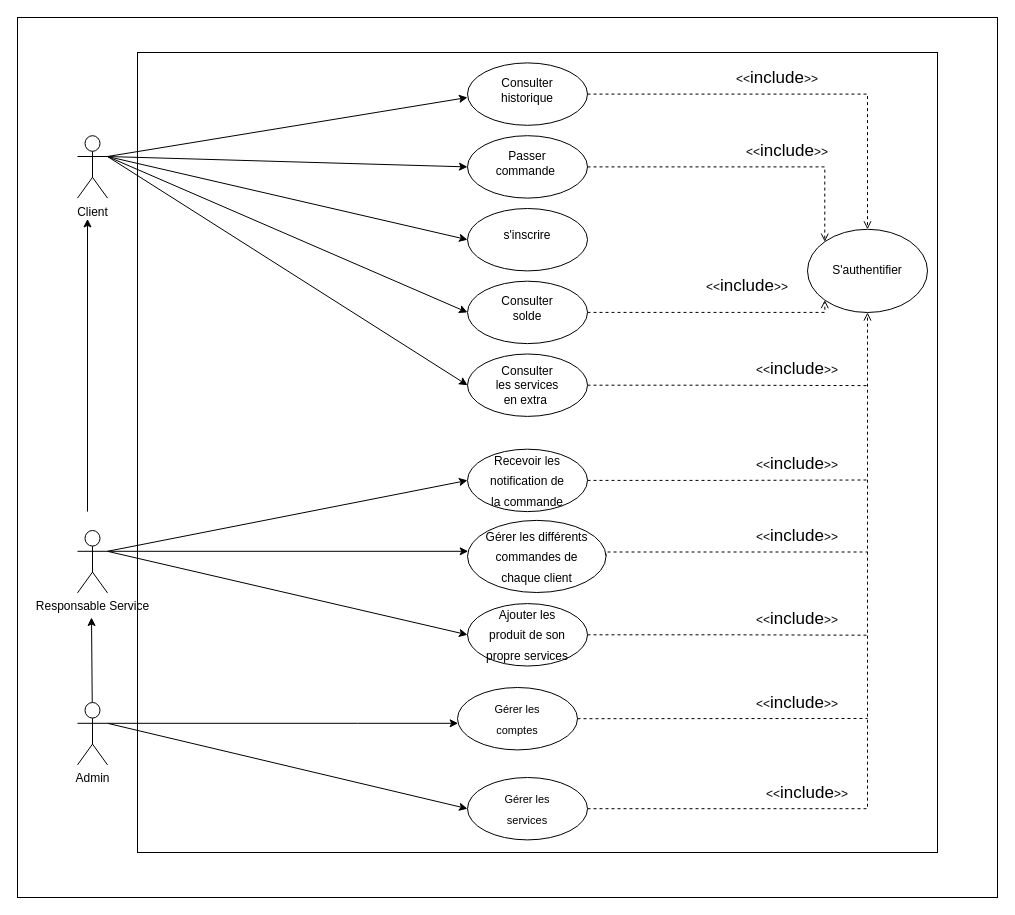
This is Diagramme sans nom.drawio from labidimahdi/diagrams, a draw.io file, before an edit. Source tidied: cells renumbered, new cells numbered last; positions are measured from the earlier drawing's top-left corner, leaving out a move shared by most shapes. Both pictures are drawn from the tidied source at 100%, with x=0, y=0 at pixel (17, 17).
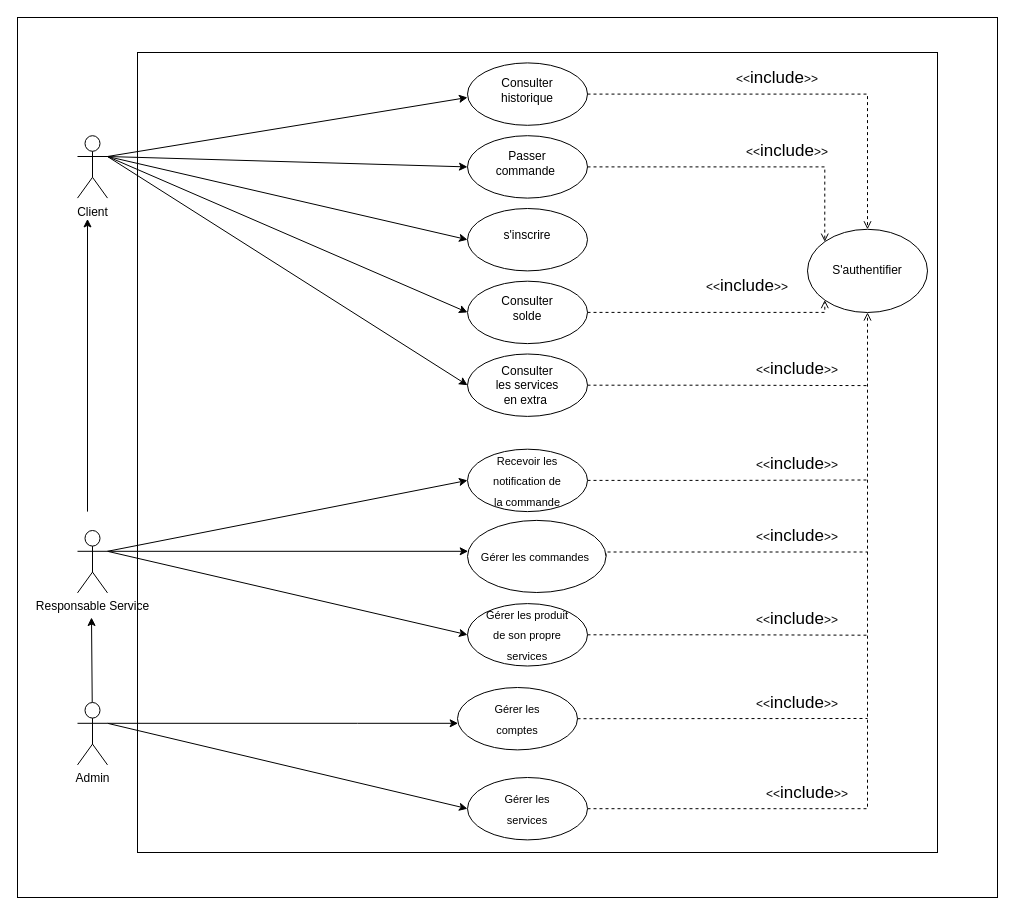
Above is the later version.

Commit message:
Mettre à jour Diagramme sans nom.drawio

The change refers to these unchanged cells:
```xml
<mxCell id="56" style="group;" parent="1" vertex="1">
  <mxGeometry x="450" y="431.7" width="120" height="62.4" as="geometry" />
</mxCell>
<mxCell id="59" style="group;" parent="1" vertex="1">
  <mxGeometry x="450" y="502.9" width="150" height="72.1" as="geometry" />
</mxCell>
<mxCell id="63" style="group;" parent="1" vertex="1">
  <mxGeometry x="450" y="586.1" width="120" height="62.4" as="geometry" />
</mxCell>
```

Diff of the diagram source:
```diff
@@
-    <mxCell id="58" value="&lt;font style=&quot;font-size: 12px;&quot;&gt;Recevoir les notification de la commande&lt;/font&gt;" style="text;html=1;strokeColor=none;fillColor=none;align=center;verticalAlign=middle;whiteSpace=wrap;rounded=0;fontSize=17;" parent="56" vertex="1">
+    <mxCell id="58" value="&lt;font style=&quot;font-size: 11px;&quot;&gt;Recevoir les notification de la commande&lt;/font&gt;" style="text;html=1;strokeColor=none;fillColor=none;align=center;verticalAlign=middle;whiteSpace=wrap;rounded=0;fontSize=17;" parent="56" vertex="1">
       <mxGeometry x="20" y="15.6" width="80" height="31.2" as="geometry" />
     </mxCell>
@@
-    <mxCell id="61" value="&lt;font style=&quot;font-size: 12px;&quot;&gt;Gérer les différents commandes de chaque client&lt;/font&gt;" style="text;html=1;strokeColor=none;fillColor=none;align=center;verticalAlign=middle;whiteSpace=wrap;rounded=0;fontSize=17;" parent="59" vertex="1">
+    <mxCell id="61" value="&lt;font style=&quot;font-size: 11px;&quot;&gt;Gérer les commandes&amp;nbsp;&lt;/font&gt;" style="text;html=1;strokeColor=none;fillColor=none;align=center;verticalAlign=middle;whiteSpace=wrap;rounded=0;fontSize=17;" parent="59" vertex="1">
       <mxGeometry x="11.5" y="18" width="115.4" height="36.1" as="geometry" />
     </mxCell>
@@
-    <mxCell id="65" value="&lt;font style=&quot;font-size: 12px;&quot;&gt;Ajouter les produit de son propre services&lt;/font&gt;" style="text;html=1;strokeColor=none;fillColor=none;align=center;verticalAlign=middle;whiteSpace=wrap;rounded=0;fontSize=17;" parent="63" vertex="1">
+    <mxCell id="65" value="&lt;font style=&quot;font-size: 11px;&quot;&gt;Gérer les produit de son propre services&lt;/font&gt;" style="text;html=1;strokeColor=none;fillColor=none;align=center;verticalAlign=middle;whiteSpace=wrap;rounded=0;fontSize=17;" parent="63" vertex="1">
       <mxGeometry x="15" y="15.6" width="90" height="31.2" as="geometry" />
     </mxCell>
```
